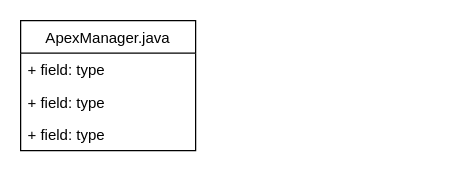
pengzhicai/myPicture keeps this draw.io diagram as services/APEX/APEX.drawio. Above is the earlier version. Source tidied: cells renumbered, new cells numbered last; positions are measured from the earlier drawing's top-left corner, leaving out a move shared by most shapes. Both pictures are drawn from the tidied source at 125%, with x=0, y=0 at pixel (20, 20).
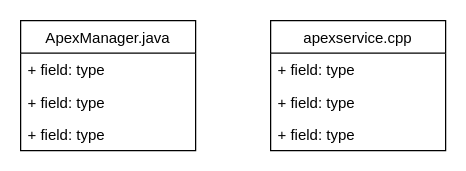
Above is the later version.

What changed in the source:
```diff
@@
 <mxGraphModel>
   <root>
     <mxCell id="0" />
     <mxCell id="1" parent="0" />
     <mxCell id="2" value="ApexManager.java" style="swimlane;fontStyle=0;horizontal=1;startSize=26;fillColor=none;" parent="1" vertex="1">
       <mxGeometry width="140" height="104" as="geometry" />
     </mxCell>
     <mxCell id="3" value="+ field: type" style="text;strokeColor=none;fillColor=none;align=left;verticalAlign=top;spacingLeft=4;spacingRight=4;overflow=hidden;" parent="2" vertex="1">
       <mxGeometry y="26" width="140" height="26" as="geometry" />
     </mxCell>
     <mxCell id="4" value="+ field: type" style="text;strokeColor=none;fillColor=none;align=left;verticalAlign=top;spacingLeft=4;spacingRight=4;overflow=hidden;" parent="2" vertex="1">
       <mxGeometry y="52" width="140" height="26" as="geometry" />
     </mxCell>
     <mxCell id="5" value="+ field: type" style="text;strokeColor=none;fillColor=none;align=left;verticalAlign=top;spacingLeft=4;spacingRight=4;overflow=hidden;" parent="2" vertex="1">
       <mxGeometry y="78" width="140" height="26" as="geometry" />
     </mxCell>
+    <mxCell id="6" value="apexservice.cpp" style="swimlane;fontStyle=0;horizontal=1;startSize=26;fillColor=none;" parent="1" vertex="1">
+      <mxGeometry x="200" width="140" height="104" as="geometry" />
+    </mxCell>
+    <mxCell id="7" value="+ field: type" style="text;strokeColor=none;fillColor=none;align=left;verticalAlign=top;spacingLeft=4;spacingRight=4;overflow=hidden;" parent="6" vertex="1">
+      <mxGeometry y="26" width="140" height="26" as="geometry" />
+    </mxCell>
+    <mxCell id="8" value="+ field: type" style="text;strokeColor=none;fillColor=none;align=left;verticalAlign=top;spacingLeft=4;spacingRight=4;overflow=hidden;" parent="6" vertex="1">
+      <mxGeometry y="52" width="140" height="26" as="geometry" />
+    </mxCell>
+    <mxCell id="9" value="+ field: type" style="text;strokeColor=none;fillColor=none;align=left;verticalAlign=top;spacingLeft=4;spacingRight=4;overflow=hidden;" parent="6" vertex="1">
+      <mxGeometry y="78" width="140" height="26" as="geometry" />
+    </mxCell>
   </root>
 </mxGraphModel>
```
